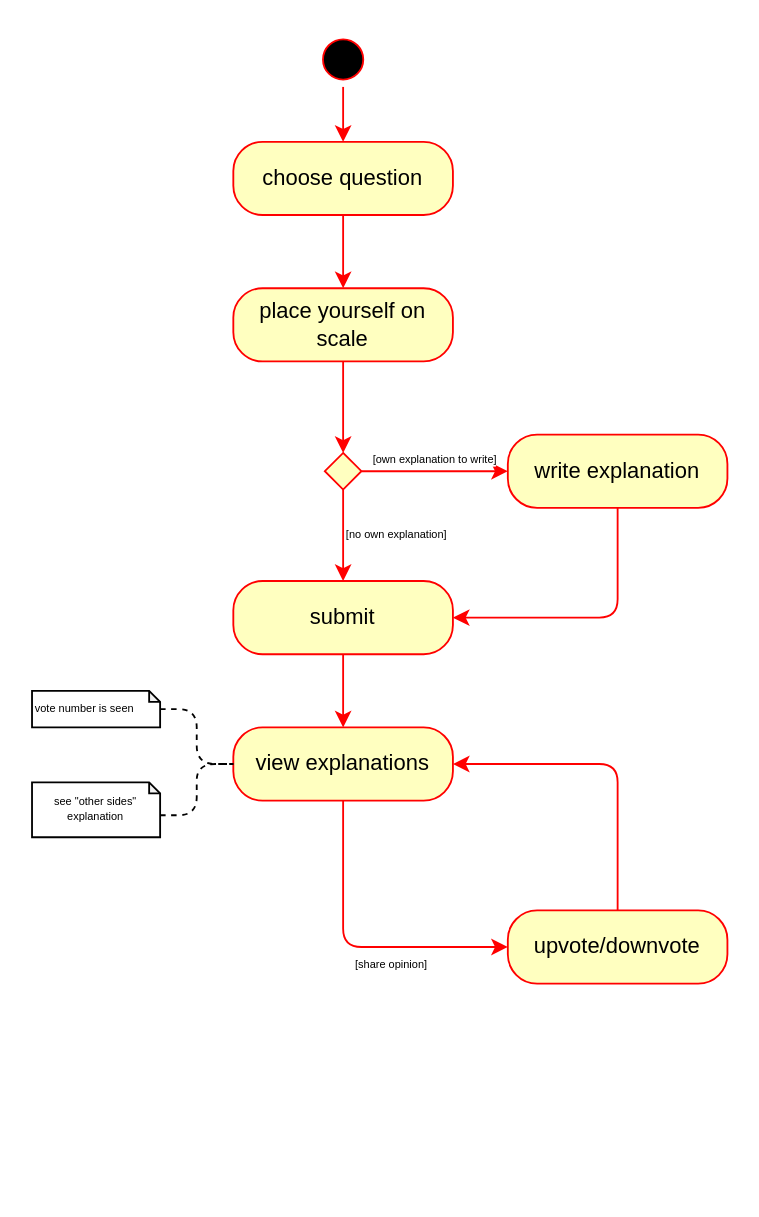
Earlier version of the draw.io diagram page "Basic Upvote/Downvote" (3 of 7) of diagrams/userflow.drawio (GabrielKP/vice-versa). Source tidied: cells renumbered, new cells numbered last; positions are measured from the earlier drawing's top-left corner, leaving out a move shared by most shapes. Both pictures are drawn from the tidied source at 183%, with x=0, y=0 at pixel (31, 31).
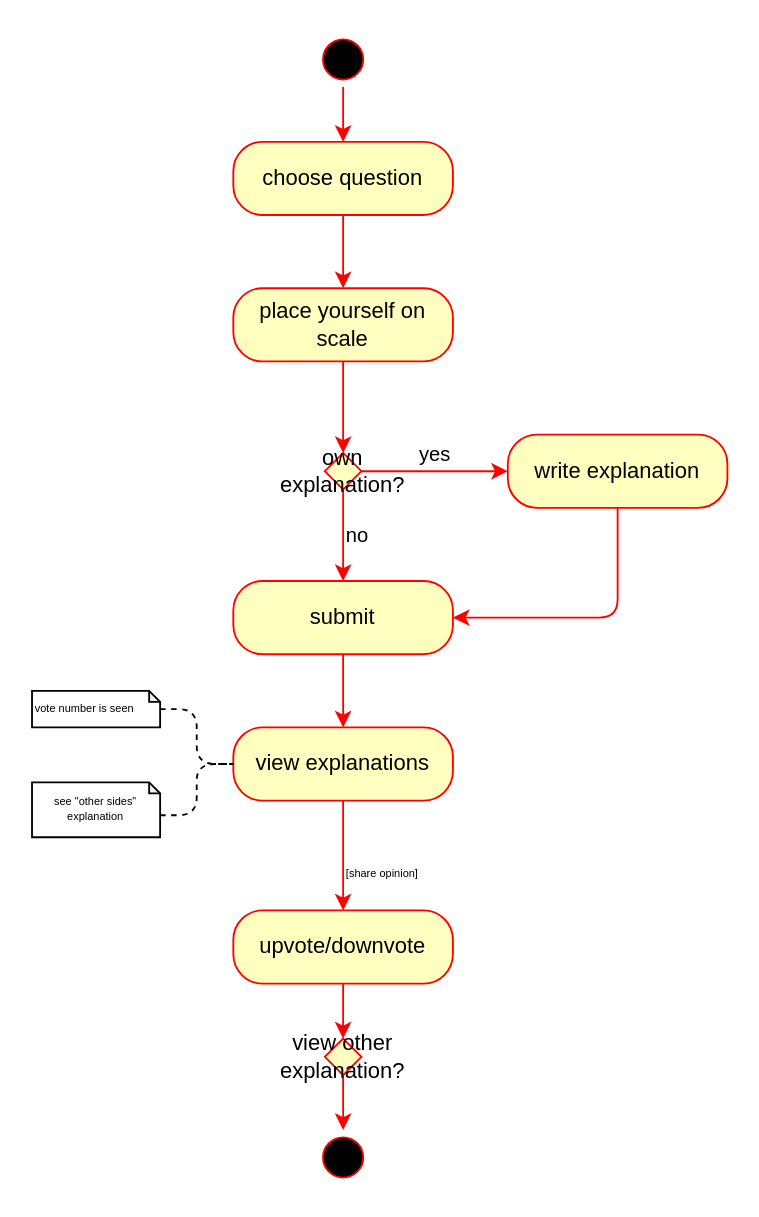
The same page after the edit.

The change refers to these unchanged cells:
```xml
<mxCell id="6" value="submit" style="rounded=1;whiteSpace=wrap;html=1;arcSize=40;fontColor=#000000;fillColor=#ffffc0;strokeColor=#ff0000;" parent="1" vertex="1">
  <mxGeometry x="110" y="300" width="120" height="40" as="geometry" />
</mxCell>
<mxCell id="13" value="write explanation" style="rounded=1;whiteSpace=wrap;html=1;arcSize=40;fontColor=#000000;fillColor=#ffffc0;strokeColor=#ff0000;" parent="1" vertex="1">
  <mxGeometry x="260" y="220" width="120" height="40" as="geometry" />
</mxCell>
<mxCell id="14" value="view explanations" style="rounded=1;whiteSpace=wrap;html=1;arcSize=40;fontColor=#000000;fillColor=#ffffc0;strokeColor=#ff0000;" parent="1" vertex="1">
  <mxGeometry x="110" y="380" width="120" height="40" as="geometry" />
</mxCell>
```

The edit, as a diff of the source:
```diff
@@
-    <mxCell id="9" value="[no own explanation]" style="edgeStyle=orthogonalEdgeStyle;rounded=1;jettySize=auto;html=1;strokeColor=#FF0000;verticalAlign=middle;align=left;fontSize=6;" parent="1" edge="1" source="11" target="6">
+    <mxCell id="9" value="&lt;font style=&quot;font-size: 11px&quot;&gt;no&lt;/font&gt;" style="edgeStyle=orthogonalEdgeStyle;rounded=1;jettySize=auto;html=1;strokeColor=#FF0000;verticalAlign=middle;align=left;fontSize=6;" parent="1" edge="1" source="11" target="6">
       <mxGeometry relative="1" as="geometry" />
     </mxCell>
-    <mxCell id="10" value="&lt;div style=&quot;font-size: 6px;&quot;&gt;[own explanation to write]&lt;br style=&quot;font-size: 6px;&quot;&gt;&lt;/div&gt;" style="edgeStyle=orthogonalEdgeStyle;rounded=1;jettySize=auto;html=1;entryX=0;entryY=0.5;entryDx=0;entryDy=0;strokeColor=#FF0000;verticalAlign=bottom;align=center;fontSize=6;" parent="1" edge="1" source="11" target="13">
+    <mxCell id="10" value="&lt;font style=&quot;font-size: 11px&quot;&gt;yes&lt;/font&gt;" style="edgeStyle=orthogonalEdgeStyle;rounded=1;jettySize=auto;html=1;entryX=0;entryY=0.5;entryDx=0;entryDy=0;strokeColor=#FF0000;verticalAlign=bottom;align=center;fontSize=6;" parent="1" edge="1" source="11" target="13">
       <mxGeometry relative="1" as="geometry" />
     </mxCell>
-    <mxCell id="11" style="rhombus;whiteSpace=wrap;html=1;fillColor=#ffffc0;strokeColor=#ff0000;" parent="1" vertex="1">
+    <mxCell id="11" value="own explanation?" style="rhombus;whiteSpace=wrap;html=1;fillColor=#ffffc0;strokeColor=#ff0000;" parent="1" vertex="1">
       <mxGeometry x="160" y="230" width="20" height="20" as="geometry" />
     </mxCell>
@@
-    <mxCell id="15" value="[share opinion] " style="edgeStyle=orthogonalEdgeStyle;rounded=1;jettySize=auto;html=1;strokeColor=#FF0000;fontSize=6;align=left;entryX=0;entryY=0.5;entryDx=0;entryDy=0;exitX=0.5;exitY=1;exitDx=0;exitDy=0;verticalAlign=top;" parent="1" edge="1" source="14" target="17">
+    <mxCell id="15" value="[share opinion] " style="edgeStyle=orthogonalEdgeStyle;rounded=1;jettySize=auto;html=1;strokeColor=#FF0000;fontSize=6;align=left;entryX=0.5;entryY=0;entryDx=0;entryDy=0;exitX=0.5;exitY=1;exitDx=0;exitDy=0;verticalAlign=top;" parent="1" edge="1" source="14" target="17">
       <mxGeometry relative="1" as="geometry" />
     </mxCell>
-    <mxCell id="16" style="edgeStyle=orthogonalEdgeStyle;rounded=1;jettySize=auto;html=1;entryX=1;entryY=0.5;entryDx=0;entryDy=0;strokeColor=#FF0000;fontSize=6;align=left;exitX=0.5;exitY=0;exitDx=0;exitDy=0;" parent="1" edge="1" source="17" target="14">
+    <mxCell id="16" style="edgeStyle=orthogonalEdgeStyle;rounded=1;jettySize=auto;html=1;strokeColor=#FF0000;fontSize=6;align=left;exitX=0.5;exitY=1;exitDx=0;exitDy=0;" parent="1" edge="1" source="24" target="23">
       <mxGeometry relative="1" as="geometry" />
     </mxCell>
     <mxCell id="17" value="upvote/downvote" style="rounded=1;whiteSpace=wrap;html=1;arcSize=40;fontColor=#000000;fillColor=#ffffc0;strokeColor=#ff0000;" parent="1" vertex="1">
-      <mxGeometry x="260" y="480" width="120" height="40" as="geometry" />
+      <mxGeometry x="110" y="480" width="120" height="40" as="geometry" />
     </mxCell>
@@
+    <mxCell id="23" style="ellipse;html=1;shape=startState;fillColor=#000000;strokeColor=#ff0000;fontSize=14;align=left;" parent="1" vertex="1">
+      <mxGeometry x="155" y="600" width="30" height="30" as="geometry" />
+    </mxCell>
+    <mxCell id="24" value="view other explanation?" style="rhombus;whiteSpace=wrap;html=1;fillColor=#ffffc0;strokeColor=#ff0000;" parent="1" vertex="1">
+      <mxGeometry x="160" y="550" width="20" height="20" as="geometry" />
+    </mxCell>
+    <mxCell id="25" style="edgeStyle=orthogonalEdgeStyle;rounded=1;jettySize=auto;html=1;entryX=0.5;entryY=0;entryDx=0;entryDy=0;strokeColor=#FF0000;fontSize=6;align=left;exitX=0.5;exitY=1;exitDx=0;exitDy=0;" parent="1" edge="1" source="17" target="24">
+      <mxGeometry relative="1" as="geometry" />
+    </mxCell>
```
